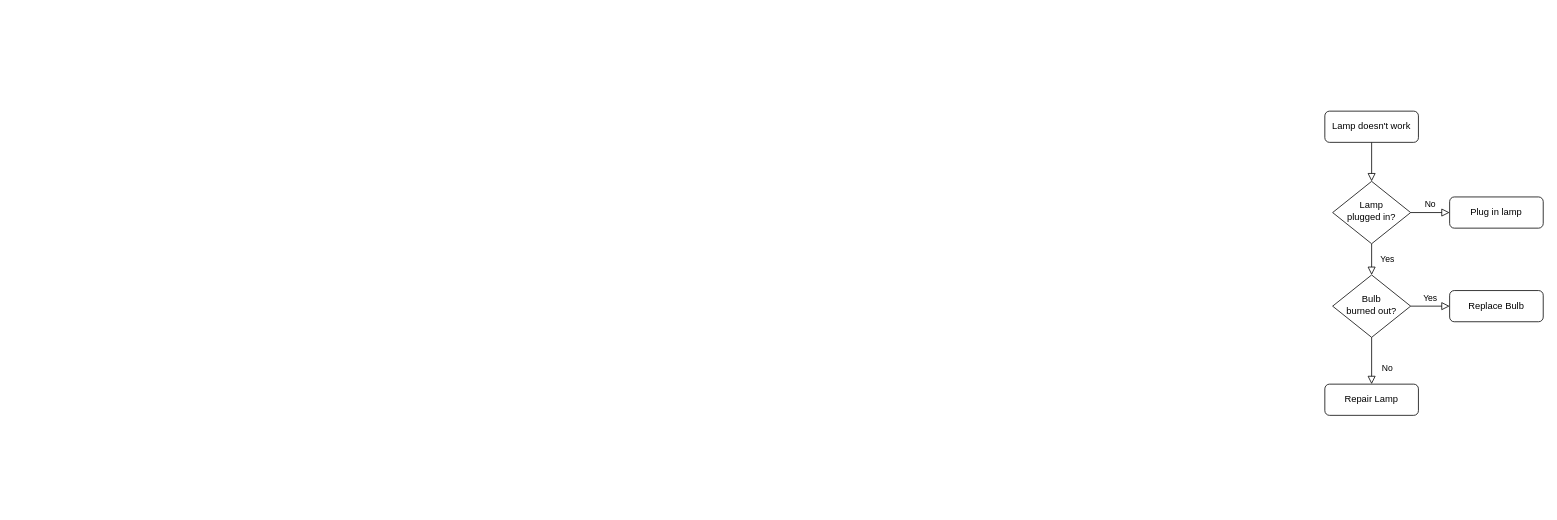
Before: page "Page-1" (1 of 2) of SG9KG5/Production.drawio in Jasson-Chou/Software-Projects, a draw.io diagram. Source tidied: cells renumbered, new cells numbered last; positions are measured from the earlier drawing's top-left corner, leaving out a move shared by most shapes. Both pictures are drawn from the tidied source at 78%, with x=0, y=0 at pixel (1324, 111).
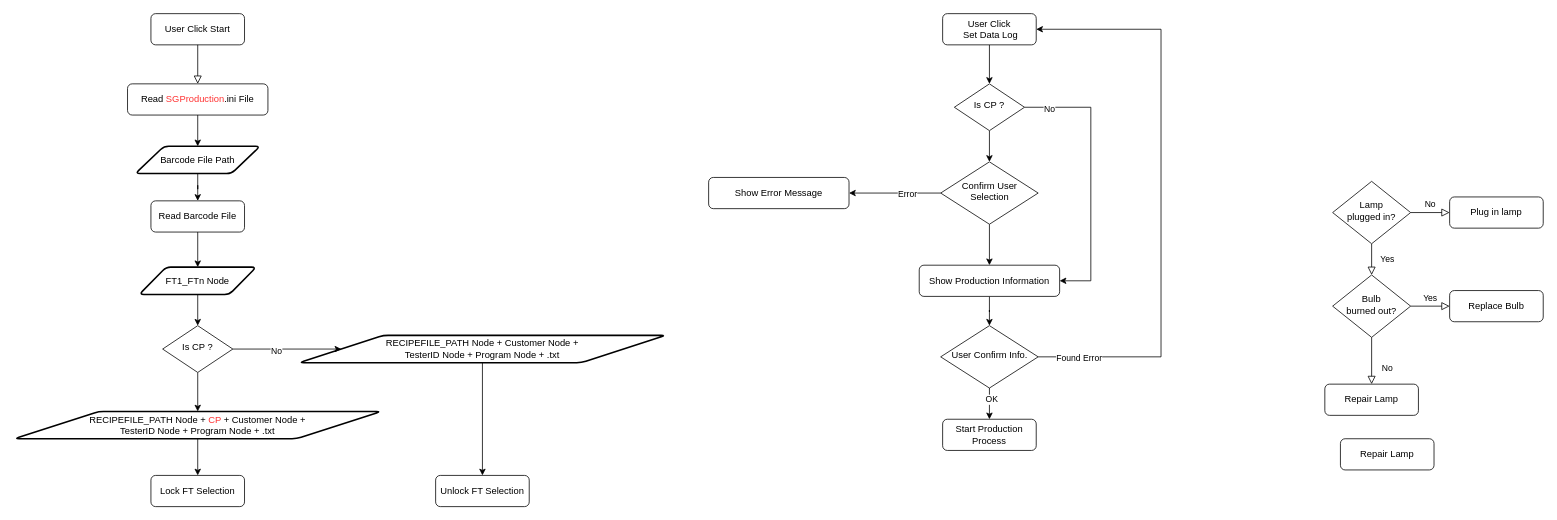
The same page after the edit.

Unchanged cells that the change refers to:
```xml
<mxCell id="6" value="Lamp&lt;br&gt;plugged in?" style="rhombus;whiteSpace=wrap;html=1;shadow=0;fontFamily=Helvetica;fontSize=12;align=center;strokeWidth=1;spacing=6;spacingTop=-4;" parent="1" vertex="1">
  <mxGeometry x="10" y="90" width="100" height="80" as="geometry" />
</mxCell>
<mxCell id="10" value="Bulb&lt;br&gt;burned out?" style="rhombus;whiteSpace=wrap;html=1;shadow=0;fontFamily=Helvetica;fontSize=12;align=center;strokeWidth=1;spacing=6;spacingTop=-4;" parent="1" vertex="1">
  <mxGeometry x="10" y="210" width="100" height="80" as="geometry" />
</mxCell>
```

Diff of the diagram source:
```diff
@@
-    <mxCell id="2" style="rounded=0;html=1;jettySize=auto;fontSize=11;endArrow=block;endFill=0;endSize=8;strokeWidth=1;shadow=0;labelBackgroundColor=none;edgeStyle=orthogonalEdgeStyle;" parent="1" edge="1" source="3" target="6">
-      <mxGeometry relative="1" as="geometry" />
-    </mxCell>
-    <mxCell id="3" value="Lamp doesn't work" style="rounded=1;whiteSpace=wrap;html=1;fontSize=12;glass=0;strokeWidth=1;shadow=0;" parent="1" vertex="1">
-      <mxGeometry width="120" height="40" as="geometry" />
-    </mxCell>
@@
-    <mxCell id="8" value="No" style="rounded=0;html=1;jettySize=auto;fontSize=11;endArrow=block;endFill=0;endSize=8;strokeWidth=1;shadow=0;labelBackgroundColor=none;edgeStyle=orthogonalEdgeStyle;" parent="1" edge="1" source="10" target="11">
+    <mxCell id="8" value="No" style="rounded=0;html=1;jettySize=auto;fontSize=11;endArrow=block;endFill=0;endSize=8;strokeWidth=1;shadow=0;labelBackgroundColor=none;edgeStyle=orthogonalEdgeStyle;" parent="1" edge="1" source="10" target="13">
       <mxGeometry x="0.33" y="20" relative="1" as="geometry" />
     </mxCell>
@@
-    <mxCell id="11" value="Repair Lamp" style="rounded=1;whiteSpace=wrap;html=1;fontSize=12;glass=0;strokeWidth=1;shadow=0;" parent="1" vertex="1">
-      <mxGeometry y="350" width="120" height="40" as="geometry" />
-    </mxCell>
+    <mxCell id="13" value="Repair Lamp" style="rounded=1;whiteSpace=wrap;html=1;fontSize=12;glass=0;strokeWidth=1;shadow=0;" parent="1" vertex="1">
+      <mxGeometry y="350" width="120" height="40" as="geometry" />
+    </mxCell>
@@
+    <mxCell id="14" value="Repair Lamp" style="rounded=1;whiteSpace=wrap;html=1;fontSize=12;glass=0;strokeWidth=1;shadow=0;" parent="1" vertex="1">
+      <mxGeometry x="20" y="420" width="120" height="40" as="geometry" />
+    </mxCell>
+    <mxCell id="15" style="edgeStyle=orthogonalEdgeStyle;rounded=0;jettySize=auto;html=1;entryX=0.5;entryY=0;entryDx=0;entryDy=0;" parent="1" edge="1" source="16" target="38">
+      <mxGeometry relative="1" as="geometry" />
+    </mxCell>
+    <mxCell id="16" value="User Click&lt;br&gt;&amp;nbsp;Set Data Log" style="rounded=1;whiteSpace=wrap;html=1;fontSize=12;glass=0;strokeWidth=1;shadow=0;" parent="1" vertex="1">
+      <mxGeometry x="-490" y="-125" width="120" height="40" as="geometry" />
+    </mxCell>
+    <mxCell id="3" value="User Click Start" style="rounded=1;whiteSpace=wrap;html=1;fontSize=12;glass=0;strokeWidth=1;shadow=0;" parent="1" vertex="1">
+      <mxGeometry x="-1505" y="-125" width="120" height="40" as="geometry" />
+    </mxCell>
+    <mxCell id="17" value="Read &lt;font color=&quot;#ff3333&quot;&gt;SGProduction&lt;/font&gt;.ini File" style="rounded=1;whiteSpace=wrap;html=1;fontSize=12;glass=0;strokeWidth=1;shadow=0;" parent="1" vertex="1">
+      <mxGeometry x="-1535" y="-35" width="180" height="40" as="geometry" />
+    </mxCell>
+    <mxCell id="2" style="rounded=0;html=1;jettySize=auto;fontSize=11;endArrow=block;endFill=0;endSize=8;strokeWidth=1;shadow=0;labelBackgroundColor=none;edgeStyle=orthogonalEdgeStyle;entryX=0.5;entryY=0;entryDx=0;entryDy=0;" parent="1" edge="1" source="3" target="17">
+      <mxGeometry x="-770" y="70" as="geometry" />
+    </mxCell>
+    <mxCell id="18" value="Barcode File Path" style="shape=parallelogram;html=1;strokeWidth=2;perimeter=parallelogramPerimeter;whiteSpace=wrap;rounded=1;arcSize=12;size=0.23;" parent="1" vertex="1">
+      <mxGeometry x="-1525" y="45" width="160" height="35" as="geometry" />
+    </mxCell>
+    <mxCell id="19" style="edgeStyle=orthogonalEdgeStyle;rounded=0;jettySize=auto;html=1;entryX=0.5;entryY=0;entryDx=0;entryDy=0;" parent="1" edge="1" source="17" target="18">
+      <mxGeometry x="-770" y="70" as="geometry" />
+    </mxCell>
+    <mxCell id="20" value="Read Barcode File" style="rounded=1;whiteSpace=wrap;html=1;fontSize=12;glass=0;strokeWidth=1;shadow=0;" parent="1" vertex="1">
+      <mxGeometry x="-1505" y="115" width="120" height="40" as="geometry" />
+    </mxCell>
+    <mxCell id="21" style="edgeStyle=orthogonalEdgeStyle;rounded=0;jettySize=auto;html=1;entryX=0.5;entryY=0;entryDx=0;entryDy=0;" parent="1" edge="1" source="18" target="20">
+      <mxGeometry x="-770" y="70" as="geometry" />
+    </mxCell>
+    <mxCell id="22" style="edgeStyle=orthogonalEdgeStyle;rounded=0;jettySize=auto;html=1;entryX=0.5;entryY=0;entryDx=0;entryDy=0;" parent="1" edge="1" source="23" target="33">
+      <mxGeometry relative="1" as="geometry" />
+    </mxCell>
+    <mxCell id="23" value="RECIPEFILE_PATH Node + &lt;font color=&quot;#ff3333&quot;&gt;CP&lt;/font&gt; + Customer Node + &lt;br&gt;TesterID Node + Program Node + .txt" style="shape=parallelogram;html=1;strokeWidth=2;perimeter=parallelogramPerimeter;whiteSpace=wrap;rounded=1;arcSize=12;size=0.23;" parent="1" vertex="1">
+      <mxGeometry x="-1680" y="385" width="470" height="35" as="geometry" />
+    </mxCell>
+    <mxCell id="24" style="edgeStyle=orthogonalEdgeStyle;rounded=0;jettySize=auto;html=1;entryX=0.5;entryY=0;entryDx=0;entryDy=0;" parent="1" edge="1" source="25" target="23">
+      <mxGeometry x="-770" y="70" as="geometry" />
+    </mxCell>
+    <mxCell id="25" value="Is CP ?" style="rhombus;whiteSpace=wrap;html=1;shadow=0;fontFamily=Helvetica;fontSize=12;align=center;strokeWidth=1;spacing=6;spacingTop=-4;" parent="1" vertex="1">
+      <mxGeometry x="-1490" y="275" width="90" height="60" as="geometry" />
+    </mxCell>
+    <mxCell id="26" style="edgeStyle=orthogonalEdgeStyle;rounded=0;jettySize=auto;html=1;entryX=0.5;entryY=0;entryDx=0;entryDy=0;" parent="1" edge="1" source="27" target="25">
+      <mxGeometry x="-770" y="70" as="geometry" />
+    </mxCell>
+    <mxCell id="27" value="FT1_FTn Node" style="shape=parallelogram;html=1;strokeWidth=2;perimeter=parallelogramPerimeter;whiteSpace=wrap;rounded=1;arcSize=12;size=0.23;" parent="1" vertex="1">
+      <mxGeometry x="-1520" y="200" width="150" height="35" as="geometry" />
+    </mxCell>
+    <mxCell id="28" style="edgeStyle=orthogonalEdgeStyle;rounded=0;jettySize=auto;html=1;entryX=0.5;entryY=0;entryDx=0;entryDy=0;" parent="1" edge="1" source="20" target="27">
+      <mxGeometry x="-770" y="70" as="geometry" />
+    </mxCell>
+    <mxCell id="29" style="edgeStyle=orthogonalEdgeStyle;rounded=0;jettySize=auto;html=1;entryX=0.5;entryY=0;entryDx=0;entryDy=0;" parent="1" edge="1" source="30" target="34">
+      <mxGeometry relative="1" as="geometry" />
+    </mxCell>
+    <mxCell id="30" value="RECIPEFILE_PATH Node&amp;nbsp;+ Customer Node + &lt;br&gt;TesterID Node + Program Node + .txt" style="shape=parallelogram;html=1;strokeWidth=2;perimeter=parallelogramPerimeter;whiteSpace=wrap;rounded=1;arcSize=12;size=0.23;" parent="1" vertex="1">
+      <mxGeometry x="-1315" y="287.5" width="470" height="35" as="geometry" />
+    </mxCell>
+    <mxCell id="31" style="edgeStyle=orthogonalEdgeStyle;rounded=0;jettySize=auto;html=1;exitX=1;exitY=0.5;exitDx=0;exitDy=0;entryX=0;entryY=0.5;entryDx=0;entryDy=0;" parent="1" edge="1" source="25" target="30">
+      <mxGeometry x="-770" y="70" as="geometry" />
+    </mxCell>
+    <mxCell id="32" value="No" style="edgeLabel;html=1;align=center;verticalAlign=middle;" parent="31" vertex="1">
+      <mxGeometry x="-0.21" y="-2" relative="1" as="geometry" />
+    </mxCell>
+    <mxCell id="33" value="Lock FT Selection" style="rounded=1;whiteSpace=wrap;html=1;fontSize=12;glass=0;strokeWidth=1;shadow=0;" parent="1" vertex="1">
+      <mxGeometry x="-1505" y="467" width="120" height="40" as="geometry" />
+    </mxCell>
+    <mxCell id="34" value="Unlock FT Selection" style="rounded=1;whiteSpace=wrap;html=1;fontSize=12;glass=0;strokeWidth=1;shadow=0;" parent="1" vertex="1">
+      <mxGeometry x="-1140" y="467" width="120" height="40" as="geometry" />
+    </mxCell>
+    <mxCell id="35" style="edgeStyle=orthogonalEdgeStyle;rounded=0;jettySize=auto;html=1;entryX=0.5;entryY=0;entryDx=0;entryDy=0;" parent="1" edge="1" source="38" target="42">
+      <mxGeometry relative="1" as="geometry" />
+    </mxCell>
+    <mxCell id="36" style="edgeStyle=orthogonalEdgeStyle;rounded=0;jettySize=auto;html=1;entryX=1;entryY=0.5;entryDx=0;entryDy=0;" parent="1" edge="1" source="38" target="45">
+      <mxGeometry relative="1" as="geometry">
+        <Array as="points">
+          <mxPoint x="-300" y="-5" />
+          <mxPoint x="-300" y="217" />
+        </Array>
+      </mxGeometry>
+    </mxCell>
+    <mxCell id="37" value="No" style="edgeLabel;html=1;align=center;verticalAlign=middle;" parent="36" vertex="1">
+      <mxGeometry x="-0.82" relative="1" as="geometry">
+        <mxPoint y="1" as="offset" />
+      </mxGeometry>
+    </mxCell>
+    <mxCell id="38" value="Is CP ?" style="rhombus;whiteSpace=wrap;html=1;shadow=0;fontFamily=Helvetica;fontSize=12;align=center;strokeWidth=1;spacing=6;spacingTop=-4;" parent="1" vertex="1">
+      <mxGeometry x="-475" y="-35" width="90" height="60" as="geometry" />
+    </mxCell>
+    <mxCell id="39" style="edgeStyle=orthogonalEdgeStyle;rounded=0;jettySize=auto;html=1;exitX=0;exitY=0.5;exitDx=0;exitDy=0;entryX=1;entryY=0.5;entryDx=0;entryDy=0;" parent="1" edge="1" source="42" target="43">
+      <mxGeometry relative="1" as="geometry" />
+    </mxCell>
+    <mxCell id="40" value="Error" style="edgeLabel;html=1;align=center;verticalAlign=middle;" parent="39" vertex="1">
+      <mxGeometry x="-0.26" relative="1" as="geometry" />
+    </mxCell>
+    <mxCell id="41" style="edgeStyle=orthogonalEdgeStyle;rounded=0;jettySize=auto;html=1;" parent="1" edge="1" source="42" target="45">
+      <mxGeometry relative="1" as="geometry" />
+    </mxCell>
+    <mxCell id="42" value="Confirm User Selection" style="rhombus;whiteSpace=wrap;html=1;shadow=0;fontFamily=Helvetica;fontSize=12;align=center;strokeWidth=1;spacing=6;spacingTop=-4;" parent="1" vertex="1">
+      <mxGeometry x="-492.5" y="65" width="125" height="80" as="geometry" />
+    </mxCell>
+    <mxCell id="43" value="Show Error Message" style="rounded=1;whiteSpace=wrap;html=1;fontSize=12;glass=0;strokeWidth=1;shadow=0;" parent="1" vertex="1">
+      <mxGeometry x="-790" y="85" width="180" height="40" as="geometry" />
+    </mxCell>
+    <mxCell id="44" style="edgeStyle=orthogonalEdgeStyle;rounded=0;jettySize=auto;html=1;entryX=0.5;entryY=0;entryDx=0;entryDy=0;" parent="1" edge="1" source="45" target="50">
+      <mxGeometry relative="1" as="geometry" />
+    </mxCell>
+    <mxCell id="45" value="Show Production Information" style="rounded=1;whiteSpace=wrap;html=1;fontSize=12;glass=0;strokeWidth=1;shadow=0;" parent="1" vertex="1">
+      <mxGeometry x="-520" y="197.5" width="180" height="40" as="geometry" />
+    </mxCell>
+    <mxCell id="46" style="edgeStyle=orthogonalEdgeStyle;rounded=0;jettySize=auto;html=1;entryX=0.5;entryY=0;entryDx=0;entryDy=0;" parent="1" edge="1" source="50" target="51">
+      <mxGeometry relative="1" as="geometry">
+        <Array as="points">
+          <mxPoint x="-430" y="365" />
+          <mxPoint x="-430" y="365" />
+        </Array>
+      </mxGeometry>
+    </mxCell>
+    <mxCell id="47" value="OK" style="edgeLabel;html=1;align=center;verticalAlign=middle;" parent="46" vertex="1">
+      <mxGeometry x="-0.28" y="2" relative="1" as="geometry" />
+    </mxCell>
+    <mxCell id="48" style="edgeStyle=orthogonalEdgeStyle;rounded=0;jettySize=auto;html=1;exitX=1;exitY=0.5;exitDx=0;exitDy=0;entryX=1;entryY=0.5;entryDx=0;entryDy=0;" parent="1" edge="1" source="50" target="16">
+      <mxGeometry relative="1" as="geometry">
+        <Array as="points">
+          <mxPoint x="-210" y="315" />
+          <mxPoint x="-210" y="-105" />
+        </Array>
+      </mxGeometry>
+    </mxCell>
+    <mxCell id="49" value="Found Error" style="edgeLabel;html=1;align=center;verticalAlign=middle;" parent="48" vertex="1">
+      <mxGeometry x="-0.86" y="-1" relative="1" as="geometry" />
+    </mxCell>
+    <mxCell id="50" value="User Confirm Info." style="rhombus;whiteSpace=wrap;html=1;shadow=0;fontFamily=Helvetica;fontSize=12;align=center;strokeWidth=1;spacing=6;spacingTop=-4;" parent="1" vertex="1">
+      <mxGeometry x="-492.5" y="275" width="125" height="80" as="geometry" />
+    </mxCell>
+    <mxCell id="51" value="Start Production Process" style="rounded=1;whiteSpace=wrap;html=1;fontSize=12;glass=0;strokeWidth=1;shadow=0;" parent="1" vertex="1">
+      <mxGeometry x="-490" y="395" width="120" height="40" as="geometry" />
+    </mxCell>
```
